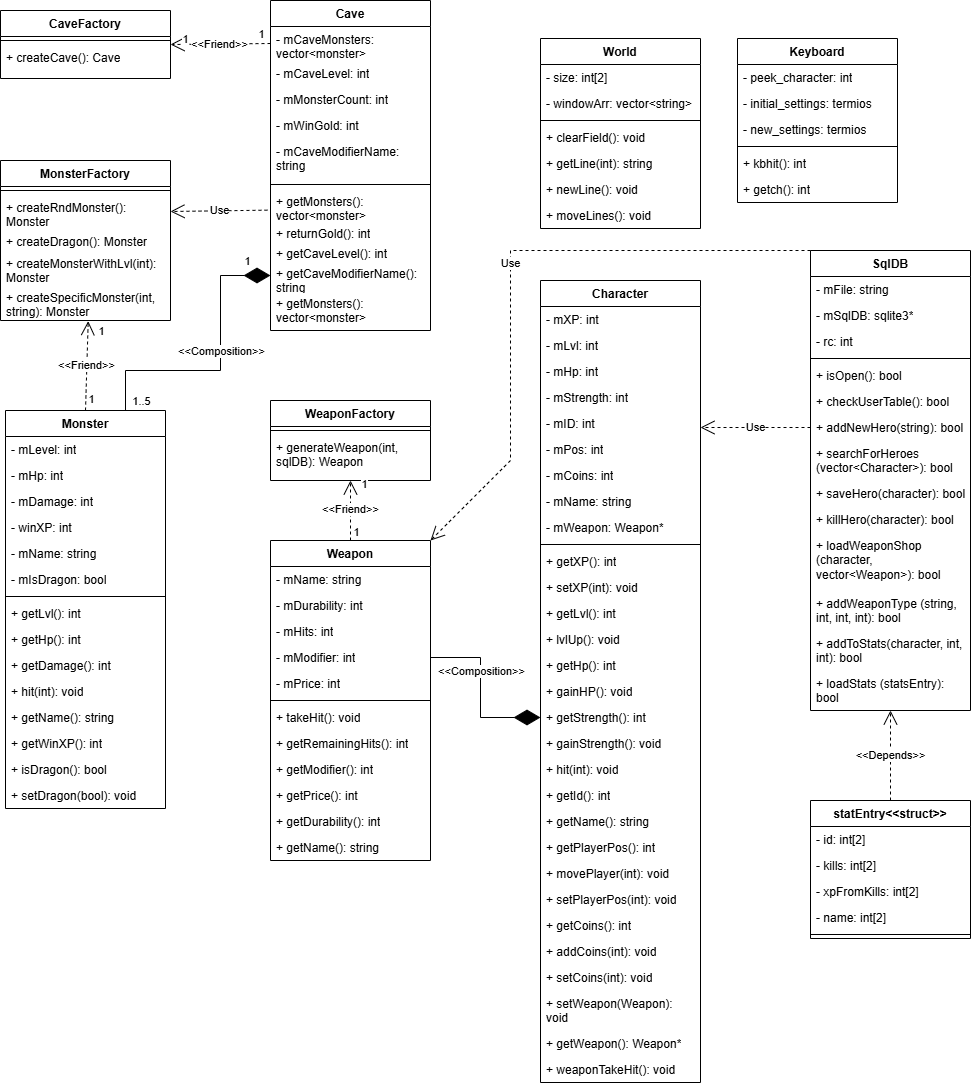
The draw.io diagram Dokumentations_includes/Class diagram_I3.drawio.png in FrederikVesterMingledSundew/softwareudvikling_aflevering, before a commit. Source tidied: cells renumbered, new cells last; positions are measured from the earlier drawing's top-left corner, leaving out a move shared by most shapes.
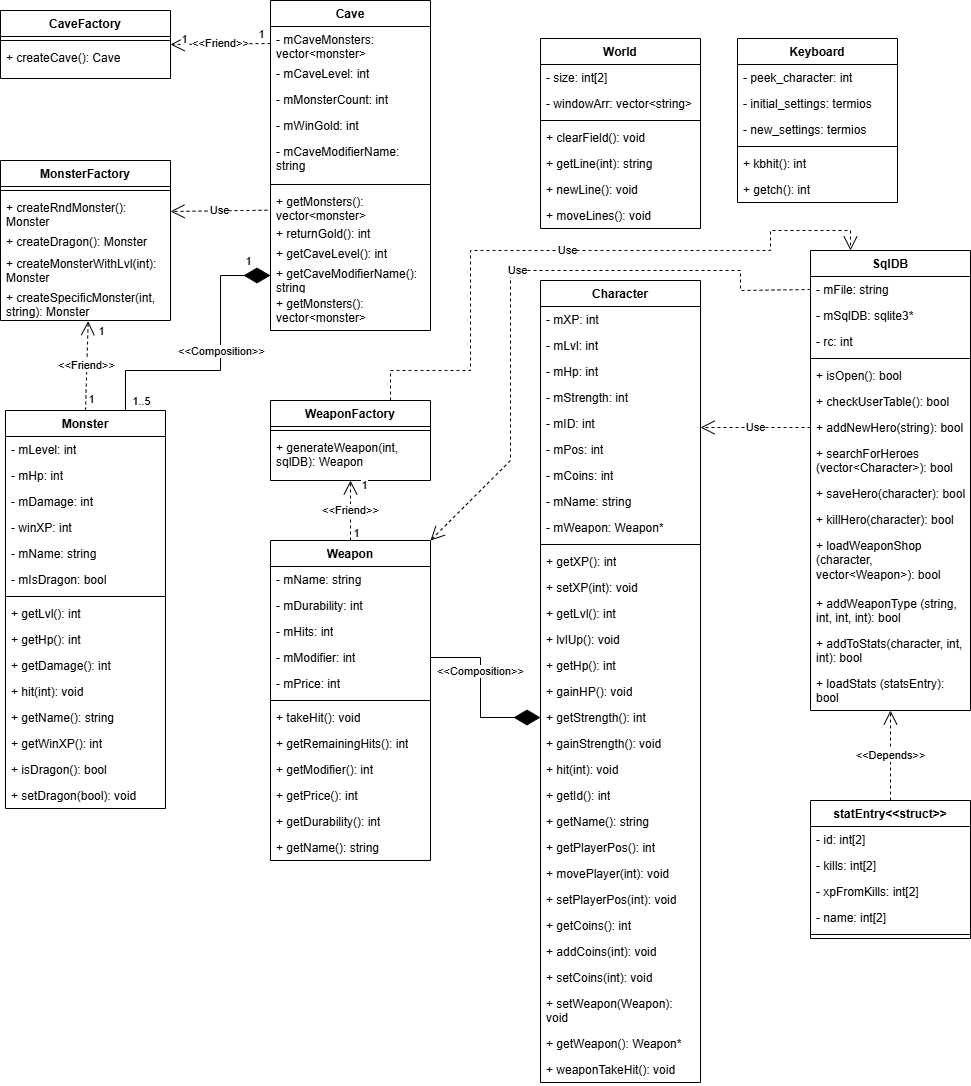
The same diagram one commit later.

Diff of the diagram source:
```diff
@@ -442,10 +442,12 @@
         <mxPoint x="4" as="offset" />
       </mxGeometry>
     </mxCell>
-    <mxCell id="139" value="Use" style="endArrow=open;endSize=12;dashed=1;html=1;rounded=0;exitX=0;exitY=0;exitDx=0;exitDy=0;entryX=1;entryY=0;entryDx=0;entryDy=0;" parent="1" edge="1" source="2" target="112">
+    <mxCell id="139" value="Use" style="endArrow=open;endSize=12;dashed=1;html=1;rounded=0;exitX=0;exitY=0.5;exitDx=0;exitDy=0;entryX=1;entryY=0;entryDx=0;entryDy=0;" parent="1" edge="1" source="3" target="112">
       <mxGeometry x="0.01" relative="1" as="geometry">
         <Array as="points">
-          <mxPoint x="510" y="250" />
+          <mxPoint x="740" y="290" />
+          <mxPoint x="740" y="270" />
+          <mxPoint x="510" y="270" />
           <mxPoint x="510" y="460" />
         </Array>
       </mxGeometry>
@@ -453,5 +455,17 @@
     <mxCell id="140" value="&amp;lt;&amp;lt;Composition&amp;gt;&amp;gt;" style="edgeLabel;html=1;align=center;verticalAlign=middle;" parent="1" vertex="1">
       <mxGeometry x="480" y="670" as="geometry" />
     </mxCell>
+    <mxCell id="141" value="Use" style="endArrow=open;endSize=12;dashed=1;html=1;rounded=0;exitX=0.75;exitY=0;exitDx=0;exitDy=0;entryX=0.25;entryY=0;entryDx=0;entryDy=0;" parent="1" edge="1" source="125" target="2">
+      <mxGeometry x="0.01" relative="1" as="geometry">
+        <Array as="points">
+          <mxPoint x="390" y="370" />
+          <mxPoint x="470" y="370" />
+          <mxPoint x="470" y="250" />
+          <mxPoint x="770" y="250" />
+          <mxPoint x="770" y="230" />
+          <mxPoint x="850" y="230" />
+        </Array>
+      </mxGeometry>
+    </mxCell>
   </root>
 </mxGraphModel>
```
